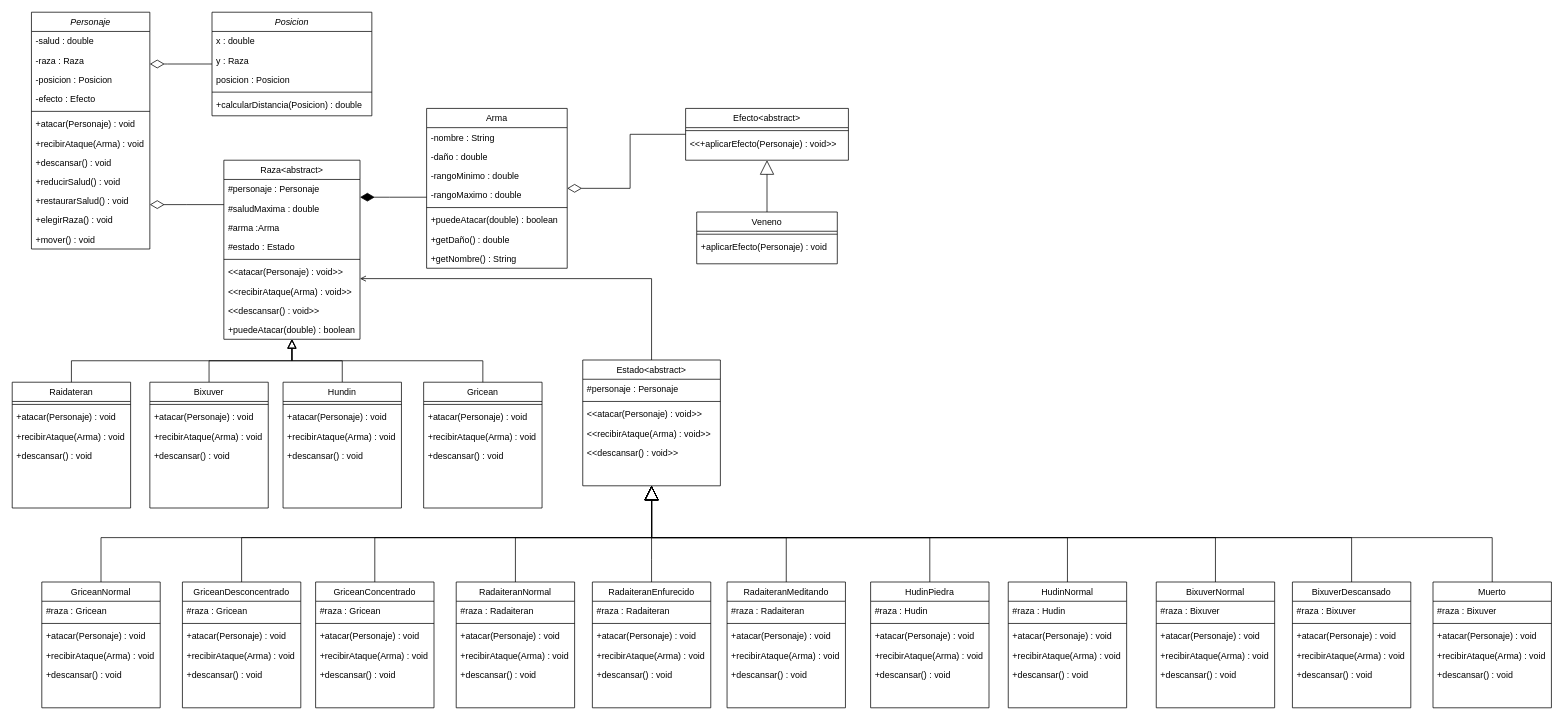
Before: Tierra de Fantasia.drawio in Dami1223/TierraFantasia, a draw.io diagram. Source tidied: cells renumbered, new cells numbered last; positions are measured from the earlier drawing's top-left corner, leaving out a move shared by most shapes. Both pictures are drawn from the tidied source at 74%, with x=0, y=0 at pixel (12, 12).
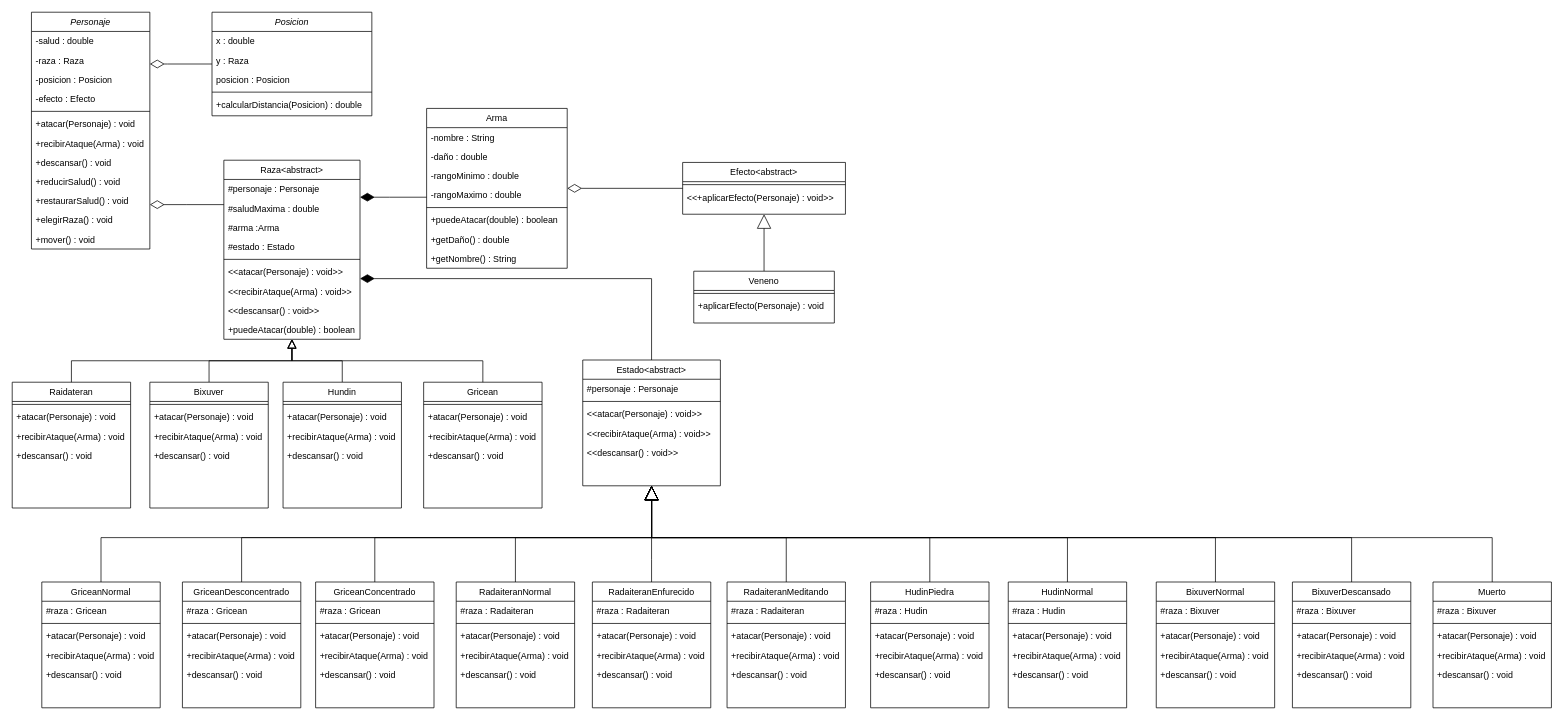
Above is the later version.

The change refers to these unchanged cells:
```xml
<mxCell id="18" value="Raza&lt;abstract&gt;" style="swimlane;fontStyle=0;align=center;verticalAlign=top;horizontal=1;startSize=26;rounded=0;shadow=0;strokeWidth=1;" parent="1" vertex="1">
  <mxGeometry x="286" y="200" width="184" height="242" as="geometry" />
</mxCell>
<mxCell id="61" value="Estado&lt;abstract&gt;" style="swimlane;fontStyle=0;align=center;verticalAlign=top;horizontal=1;startSize=26;rounded=0;shadow=0;strokeWidth=1;" parent="1" vertex="1">
  <mxGeometry x="771" y="470" width="186" height="170" as="geometry" />
</mxCell>
```

Change to the diagram source:
```diff
@@
-    <mxCell id="102" style="endArrow=open;shadow=0;strokeWidth=1;rounded=0;endFill=1;edgeStyle=elbowEdgeStyle;elbow=vertical;" parent="1" edge="1" source="61" target="18">
+    <mxCell id="102" style="endArrow=diamondThin;shadow=0;strokeWidth=1;rounded=0;endFill=1;edgeStyle=elbowEdgeStyle;elbow=vertical;endSize=17;" parent="1" edge="1" source="61" target="18">
       <mxGeometry x="0.5" y="41" relative="1" as="geometry">
         <Array as="points">
           <mxPoint x="640" y="360" />
         </Array>
         <mxPoint x="-40" y="32" as="offset" />
       </mxGeometry>
     </mxCell>
@@
     <mxCell id="152" value="Efecto&lt;abstract&gt;" style="swimlane;fontStyle=0;align=center;verticalAlign=top;horizontal=1;startSize=26;rounded=0;shadow=0;strokeWidth=1;" parent="1" vertex="1">
-      <mxGeometry x="910" y="130" width="220" height="70" as="geometry" />
+      <mxGeometry x="906" y="203" width="220" height="70" as="geometry" />
     </mxCell>
@@
     <mxCell id="156" value="Veneno" style="swimlane;fontStyle=0;align=center;verticalAlign=top;horizontal=1;startSize=26;rounded=0;shadow=0;strokeWidth=1;" parent="1" vertex="1">
-      <mxGeometry x="925" y="270" width="190" height="70" as="geometry" />
+      <mxGeometry x="921" y="350" width="190" height="70" as="geometry" />
     </mxCell>
```
